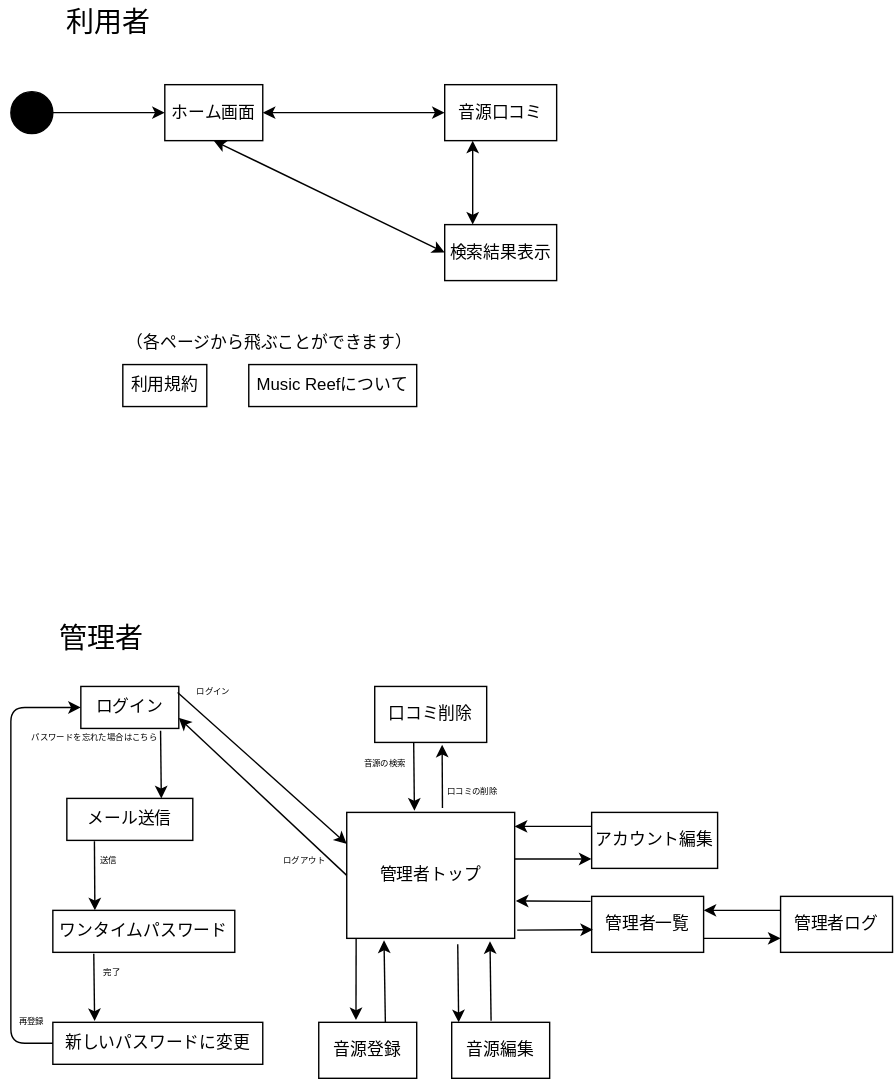
This is ab.drawio.svg from IshiYoshi765/uml-introduction, a draw.io export, as it was before one commit. Source tidied: cells renumbered, new cells last; positions are measured from the earlier drawing's top-left corner, leaving out a move shared by most shapes.
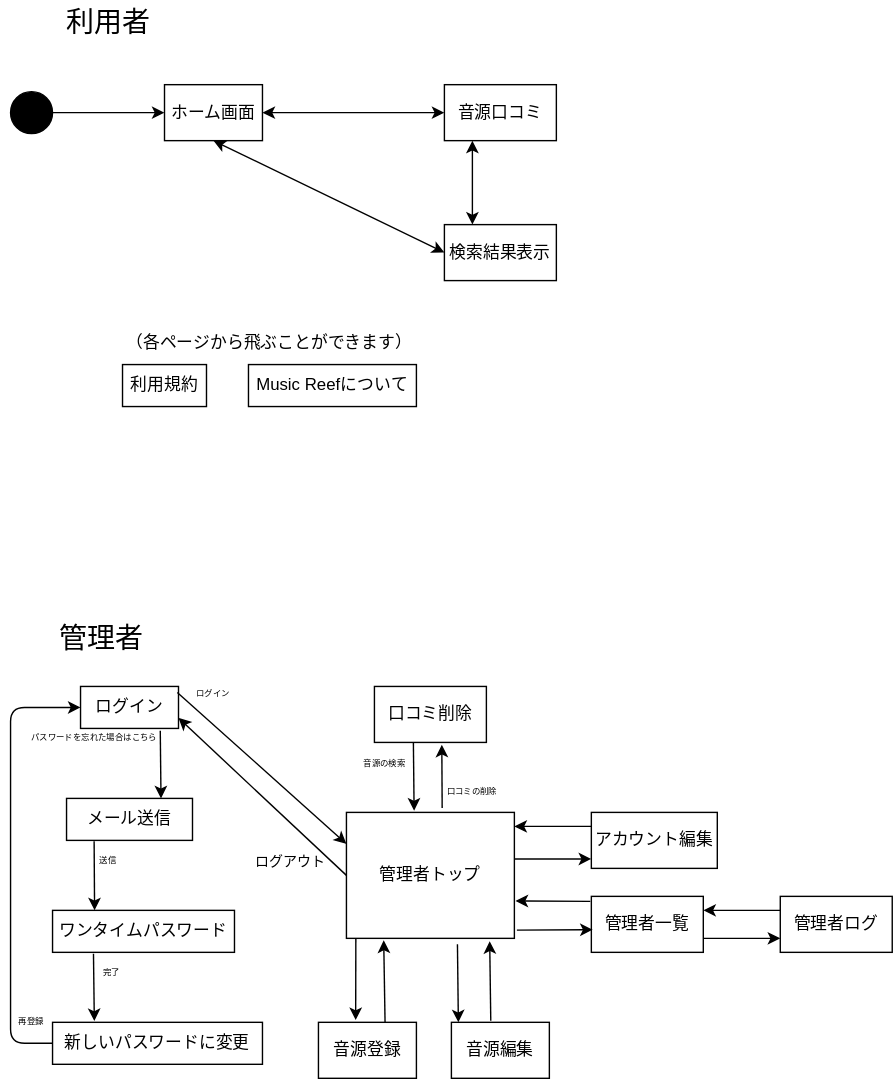
The same file after the commit.

What changed in the source:
```diff
@@ -108,8 +108,8 @@
     <mxCell id="34" value="再登録" style="text;html=1;strokeColor=none;fillColor=none;align=center;verticalAlign=middle;whiteSpace=wrap;rounded=0;fontSize=6;" parent="1" vertex="1">
       <mxGeometry y="720" width="30" height="20" as="geometry" />
     </mxCell>
-    <mxCell id="35" value="ログアウト" style="text;html=1;strokeColor=none;fillColor=none;align=center;verticalAlign=middle;whiteSpace=wrap;rounded=0;fontSize=6;" parent="1" vertex="1">
-      <mxGeometry x="190" y="610" width="40" height="10" as="geometry" />
+    <mxCell id="35" value="&lt;font style=&quot;font-size: 10px;&quot;&gt;ログアウト&lt;/font&gt;" style="text;html=1;strokeColor=none;fillColor=none;align=center;verticalAlign=middle;whiteSpace=wrap;rounded=0;fontSize=6;" parent="1" vertex="1">
+      <mxGeometry x="170" y="610" width="60" height="10" as="geometry" />
     </mxCell>
     <mxCell id="36" style="endArrow=classic;html=1;fontSize=6;exitX=0.988;exitY=0.143;exitDx=0;exitDy=0;entryX=0;entryY=0.25;entryDx=0;entryDy=0;exitPerimeter=0;" parent="1" edge="1" source="14" target="15">
       <mxGeometry relative="1" as="geometry" />
```
